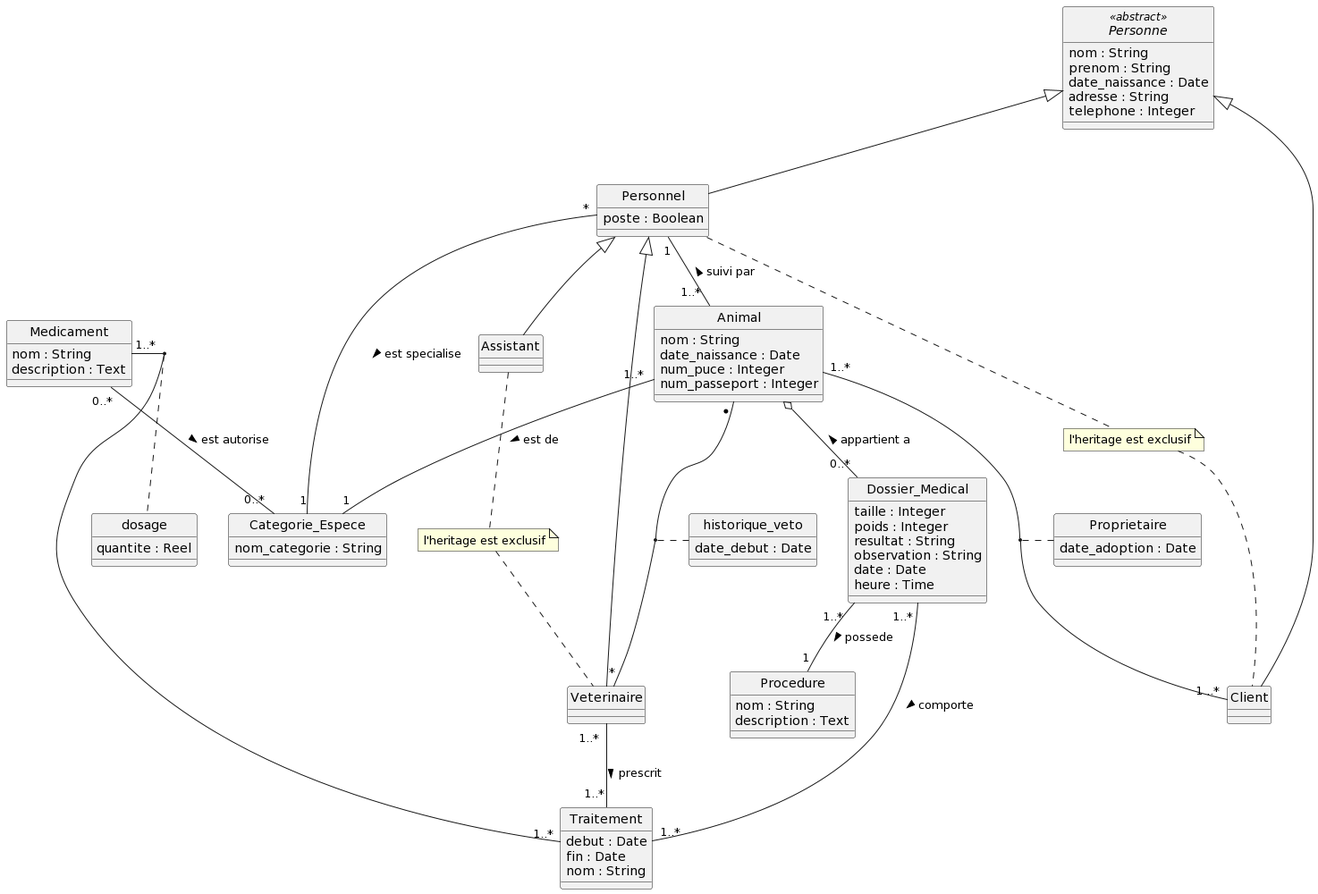
Before: uml.png, a diagram exported from PlantUML (eddymonji/Clinique_Veterinaire).
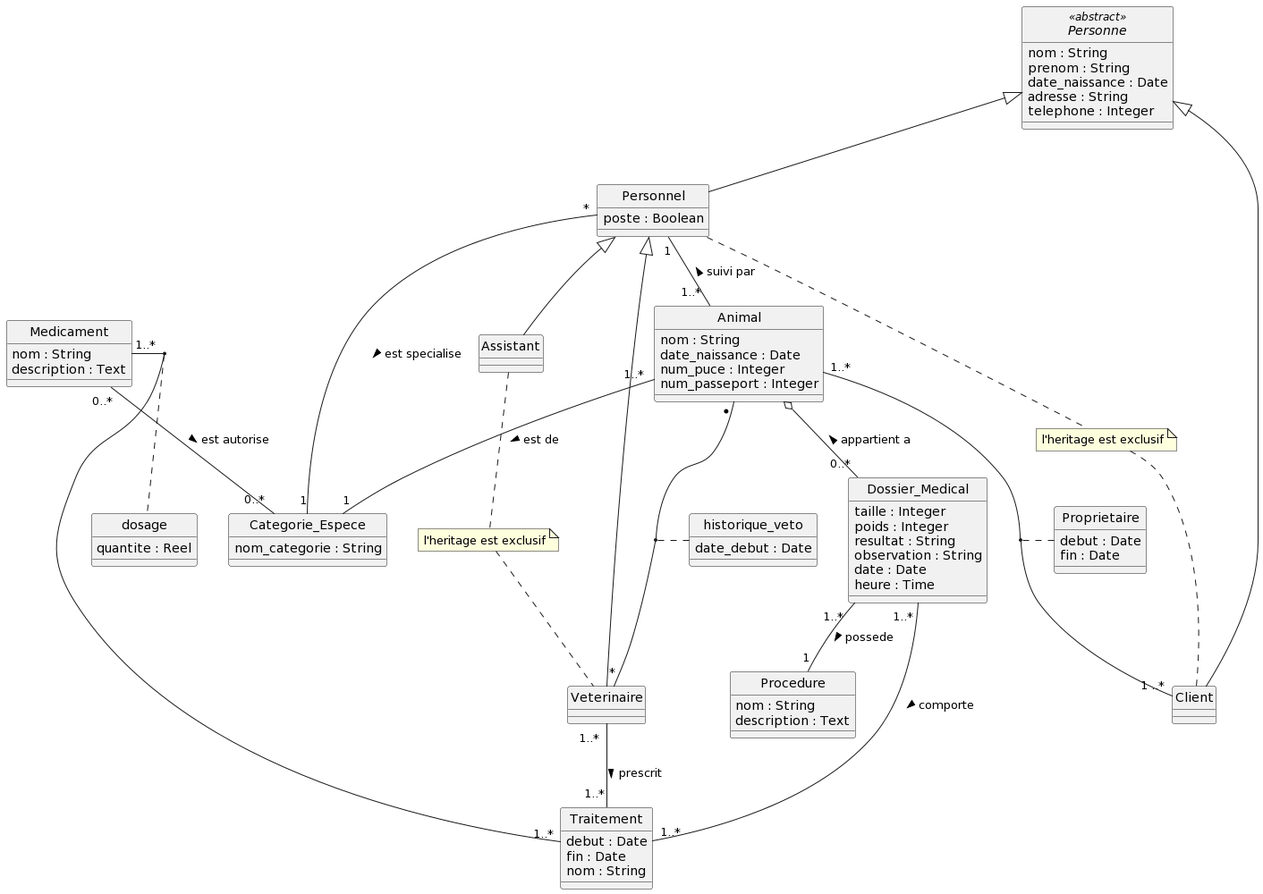
The same diagram one commit later.

Commit message:
Replace uml.png: voir plantuml

What changed in the source:
```diff
@@ -67,7 +67,8 @@
 }
 
 class Proprietaire{
-    date_adoption : Date
+    debut : Date
+    fin : Date
 }
 
 
```
